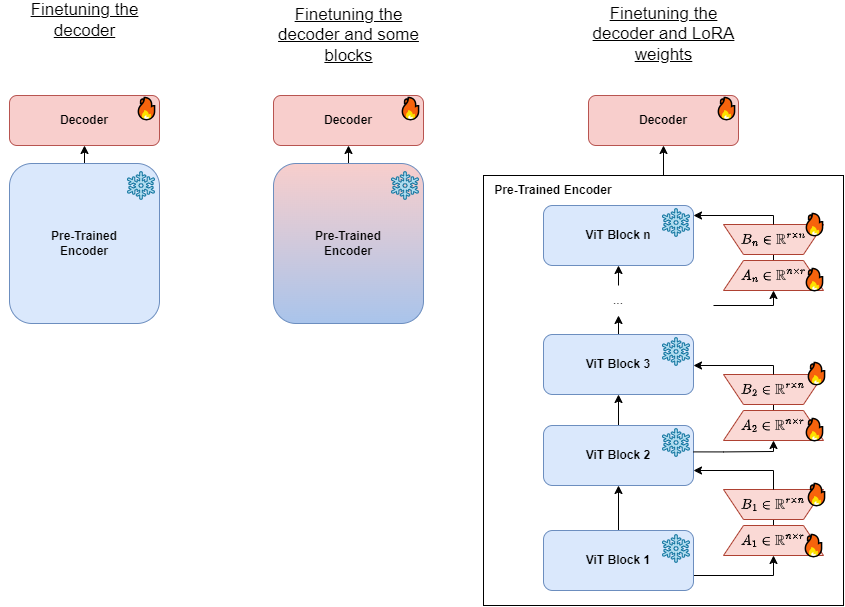
This is assets/examples/finetuning.png from RobvanGastel/dinov2-finetune, a draw.io export, as it was before one commit. Source tidied: cells renumbered, new cells last; positions are measured from the earlier drawing's top-left corner, leaving out a move shared by most shapes.
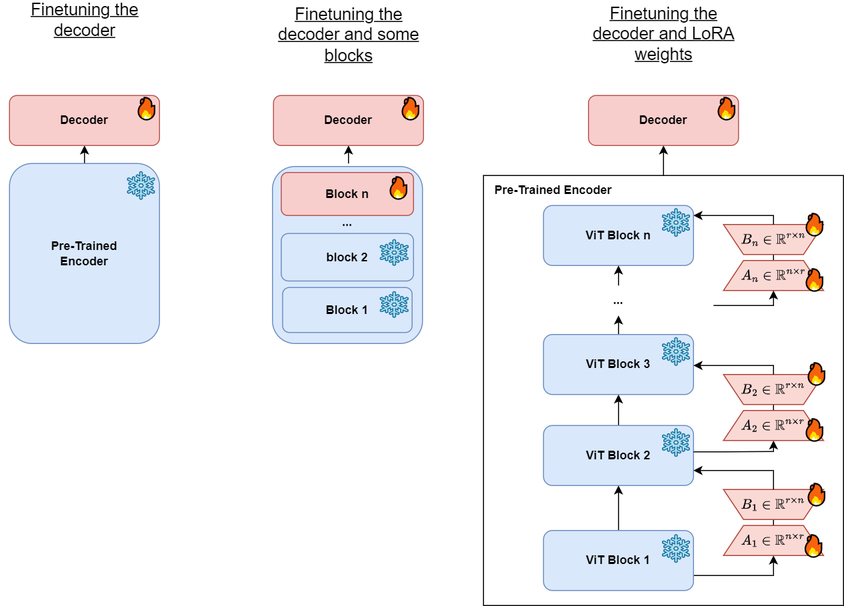
After the change.

Change to the diagram source:
```diff
@@ -8,12 +8,11 @@
     <mxCell id="3" style="rounded=0;whiteSpace=wrap;html=1;fillColor=none;" parent="1" vertex="1">
       <mxGeometry x="484" y="170" width="360" height="430" as="geometry" />
     </mxCell>
-    <mxCell id="4" style="edgeStyle=orthogonalEdgeStyle;rounded=0;jettySize=auto;html=1;exitX=0.5;exitY=0;exitDx=0;exitDy=0;entryX=0.5;entryY=1;entryDx=0;entryDy=0;" parent="1" edge="1" source="5" target="9">
-      <mxGeometry relative="1" as="geometry" />
+    <mxCell id="4" style="edgeStyle=orthogonalEdgeStyle;rounded=0;jettySize=auto;html=1;exitX=0.5;exitY=0;exitDx=0;exitDy=0;entryX=0.5;entryY=1;entryDx=0;entryDy=0;" parent="1" edge="1" target="9">
+      <mxGeometry relative="1" as="geometry">
+        <mxPoint x="349" y="158" as="sourcePoint" />
+      </mxGeometry>
     </mxCell>
-    <mxCell id="5" value="&lt;b&gt;Pre-Trained&lt;/b&gt;&lt;div&gt;&lt;b&gt;Encoder&lt;/b&gt;&lt;/div&gt;" style="rounded=1;whiteSpace=wrap;html=1;fillColor=#F8CECC;strokeColor=#6c8ebf;gradientColor=#A9C4EB;" parent="1" vertex="1">
-      <mxGeometry x="274" y="158" width="150" height="160" as="geometry" />
-    </mxCell>
     <mxCell id="6" style="edgeStyle=orthogonalEdgeStyle;rounded=0;jettySize=auto;html=1;exitX=0.5;exitY=0;exitDx=0;exitDy=0;entryX=0.5;entryY=1;entryDx=0;entryDy=0;" parent="1" edge="1" source="8" target="13">
       <mxGeometry relative="1" as="geometry" />
     </mxCell>
@@ -26,9 +25,6 @@
     <mxCell id="9" value="&lt;b&gt;Decoder&lt;/b&gt;" style="rounded=1;whiteSpace=wrap;html=1;fillColor=#f8cecc;strokeColor=#b85450;" parent="1" vertex="1">
       <mxGeometry x="274" y="90" width="150" height="50" as="geometry" />
     </mxCell>
-    <mxCell id="10" style="shape=mxgraph.signs.nature.snowflake;html=1;fillColor=#b1ddf0;strokeColor=#10739e;verticalLabelPosition=bottom;verticalAlign=top;align=center;" parent="1" vertex="1">
-      <mxGeometry x="392" y="166" width="27" height="28" as="geometry" />
-    </mxCell>
     <mxCell id="11" value="&lt;b&gt;Decoder&lt;/b&gt;" style="rounded=1;whiteSpace=wrap;html=1;fillColor=#f8cecc;strokeColor=#b85450;" parent="1" vertex="1">
       <mxGeometry x="589" y="90" width="150" height="50" as="geometry" />
     </mxCell>
@@ -98,7 +94,7 @@
     <mxCell id="28" style="edgeStyle=orthogonalEdgeStyle;rounded=0;jettySize=auto;html=1;exitX=0.5;exitY=0;exitDx=0;exitDy=0;entryX=0.5;entryY=1;entryDx=0;entryDy=0;" parent="1" edge="1" source="29" target="27">
       <mxGeometry relative="1" as="geometry" />
     </mxCell>
-    <mxCell id="29" value="..." style="text;html=1;align=center;verticalAlign=middle;whiteSpace=wrap;rounded=0;" parent="1" vertex="1">
+    <mxCell id="29" value="&lt;b&gt;...&lt;/b&gt;" style="text;html=1;align=center;verticalAlign=middle;whiteSpace=wrap;rounded=0;" parent="1" vertex="1">
       <mxGeometry x="589" y="280" width="60" height="30" as="geometry" />
     </mxCell>
     <mxCell id="30" style="edgeStyle=orthogonalEdgeStyle;rounded=0;jettySize=auto;html=1;exitX=0.5;exitY=0;exitDx=0;exitDy=0;entryX=0.5;entryY=0;entryDx=0;entryDy=0;endArrow=none;endFill=0;" parent="1" edge="1" source="31" target="32">
@@ -136,9 +132,6 @@
     <mxCell id="37" value="🔥" style="text;whiteSpace=wrap;fontSize=21;" parent="1" vertex="1">
       <mxGeometry x="804" y="470" width="30" height="36" as="geometry" />
     </mxCell>
-    <mxCell id="38" value="🔥" style="text;whiteSpace=wrap;fontSize=21;" parent="1" vertex="1">
-      <mxGeometry x="398" y="84" width="30" height="36" as="geometry" />
-    </mxCell>
     <mxCell id="39" value="🔥" style="text;whiteSpace=wrap;fontSize=21;" parent="1" vertex="1">
       <mxGeometry x="801" y="521" width="30" height="36" as="geometry" />
     </mxCell>
@@ -170,7 +163,7 @@
       <mxGeometry relative="1" as="geometry" />
     </mxCell>
     <mxCell id="49" value="&lt;b&gt;Pre-Trained&lt;/b&gt;&lt;div&gt;&lt;b&gt;Encoder&lt;/b&gt;&lt;/div&gt;" style="rounded=1;whiteSpace=wrap;html=1;fillColor=#dae8fc;strokeColor=#6c8ebf;" parent="1" vertex="1">
-      <mxGeometry x="10" y="158" width="150" height="160" as="geometry" />
+      <mxGeometry x="10" y="158" width="150" height="180" as="geometry" />
     </mxCell>
     <mxCell id="50" value="&lt;b&gt;Decoder&lt;/b&gt;" style="rounded=1;whiteSpace=wrap;html=1;fillColor=#f8cecc;strokeColor=#b85450;" parent="1" vertex="1">
       <mxGeometry x="10" y="90" width="150" height="50" as="geometry" />
@@ -193,5 +186,32 @@
     <mxCell id="56" value="🔥" style="text;whiteSpace=wrap;fontSize=21;" parent="1" vertex="1">
       <mxGeometry x="714" y="84" width="30" height="36" as="geometry" />
     </mxCell>
+    <mxCell id="5" value="&lt;b&gt;Pre-Trained&lt;/b&gt;&lt;div&gt;&lt;b&gt;Encoder&lt;/b&gt;&lt;/div&gt;" style="rounded=1;whiteSpace=wrap;html=1;fillColor=#dae8fc;strokeColor=#6c8ebf;" parent="1" vertex="1">
+      <mxGeometry x="273" y="161" width="150" height="177" as="geometry" />
+    </mxCell>
+    <mxCell id="57" value="&lt;b&gt;Block 1&lt;/b&gt;" style="rounded=1;whiteSpace=wrap;html=1;fillColor=#dae8fc;strokeColor=#6c8ebf;" parent="1" vertex="1">
+      <mxGeometry x="283.1" y="282" width="129.5" height="45" as="geometry" />
+    </mxCell>
+    <mxCell id="58" value="&lt;b&gt;Block n&lt;/b&gt;" style="rounded=1;whiteSpace=wrap;html=1;fillColor=#f8cecc;strokeColor=#b85450;" parent="1" vertex="1">
+      <mxGeometry x="281.8" y="167" width="132.2" height="43" as="geometry" />
+    </mxCell>
+    <mxCell id="59" value="&lt;b&gt;block 2&lt;/b&gt;" style="rounded=1;whiteSpace=wrap;html=1;fillColor=#dae8fc;strokeColor=#6c8ebf;" parent="1" vertex="1">
+      <mxGeometry x="281.8" y="228" width="132.2" height="47.5" as="geometry" />
+    </mxCell>
+    <mxCell id="10" style="shape=mxgraph.signs.nature.snowflake;html=1;fillColor=#b1ddf0;strokeColor=#10739e;verticalLabelPosition=bottom;verticalAlign=top;align=center;" parent="1" vertex="1">
+      <mxGeometry x="380.8" y="286" width="27.8" height="26" as="geometry" />
+    </mxCell>
+    <mxCell id="60" value="🔥" style="text;whiteSpace=wrap;fontSize=21;" parent="1" vertex="1">
+      <mxGeometry x="398" y="84" width="30" height="36" as="geometry" />
+    </mxCell>
+    <mxCell id="38" value="🔥" style="text;whiteSpace=wrap;fontSize=21;" parent="1" vertex="1">
+      <mxGeometry x="386.2" y="163" width="30" height="36" as="geometry" />
+    </mxCell>
+    <mxCell id="61" style="shape=mxgraph.signs.nature.snowflake;html=1;fillColor=#b1ddf0;strokeColor=#10739e;verticalLabelPosition=bottom;verticalAlign=top;align=center;" parent="1" vertex="1">
+      <mxGeometry x="380.8" y="234" width="27.8" height="26" as="geometry" />
+    </mxCell>
+    <mxCell id="62" value="&lt;b&gt;...&lt;/b&gt;" style="text;html=1;align=center;verticalAlign=middle;whiteSpace=wrap;rounded=0;" parent="1" vertex="1">
+      <mxGeometry x="317.9" y="202" width="60" height="30" as="geometry" />
+    </mxCell>
   </root>
 </mxGraphModel>
```
